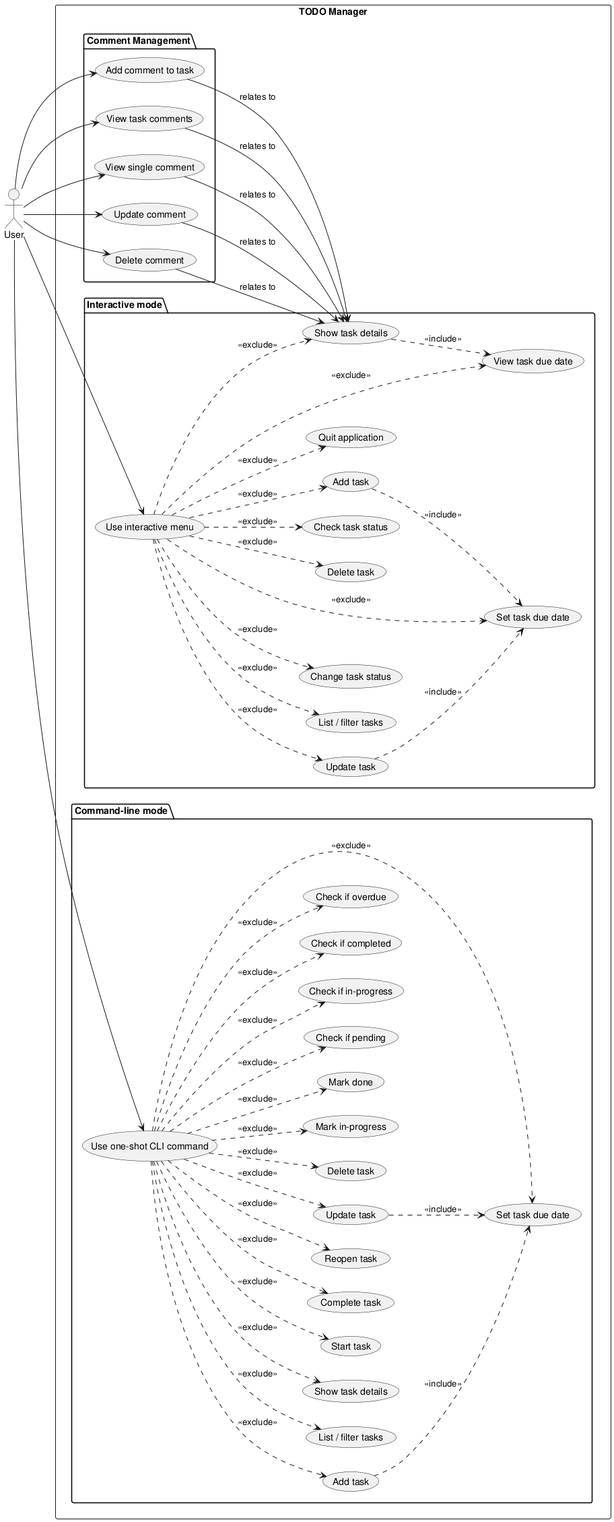
This is experiments/supervisor_as_tools/user_stories/TODO/artifacts/use_case_diagram.png from DanielRiha8906/Software_autoevolution_using_agents, a PlantUML export, as it was before one commit.
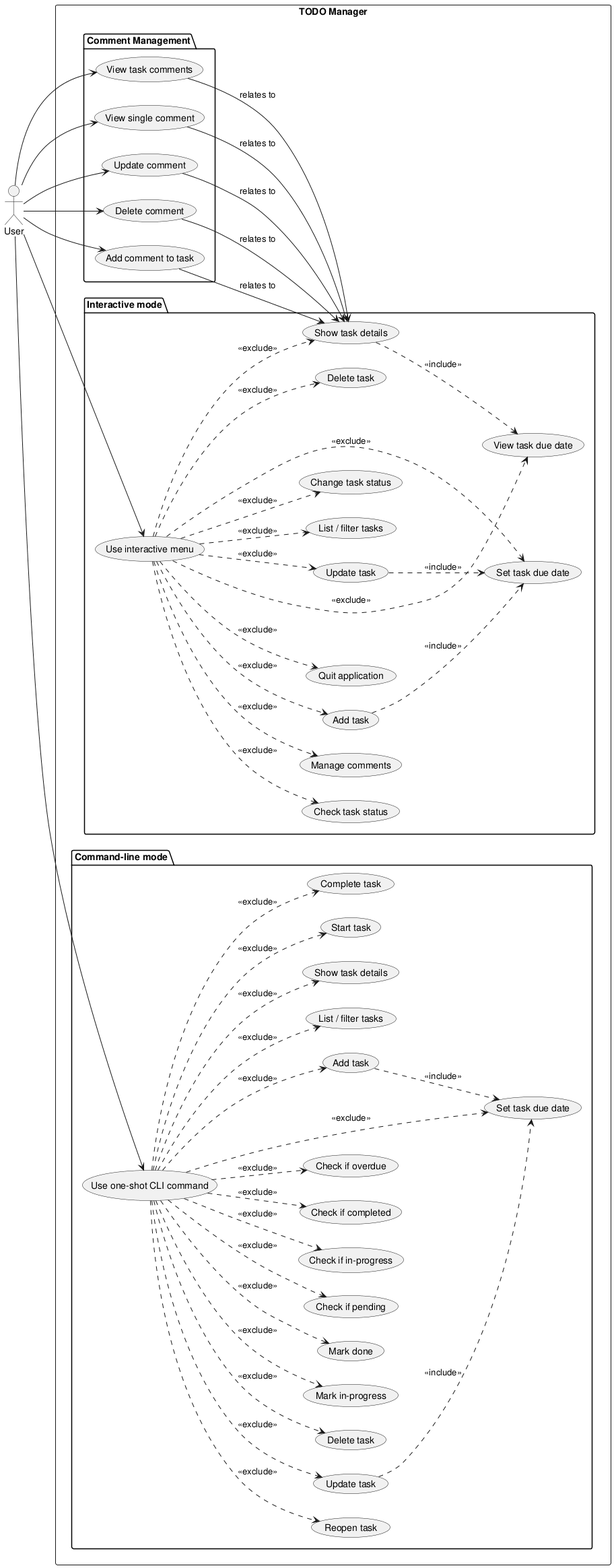
The same file after the commit.

Diff of the diagram source:
```diff
@@ -23,6 +23,7 @@
     usecase "Update task" as I_UPDATE
     usecase "Delete task" as I_DELETE
     usecase "Check task status" as I_CHECK
+    usecase "Manage comments" as I_MANAGE_COMMENTS
     usecase "Set task due date" as I_DUEDATE
     usecase "View task due date" as I_VIEWDUE
     usecase "Quit application" as I_QUIT
@@ -69,6 +70,7 @@
 UI ..> I_UPDATE : <<exclude>>
 UI ..> I_DELETE : <<exclude>>
 UI ..> I_CHECK  : <<exclude>>
+UI ..> I_MANAGE_COMMENTS : <<exclude>>
 UI ..> I_DUEDATE : <<exclude>>
 UI ..> I_VIEWDUE : <<exclude>>
 UI ..> I_QUIT   : <<exclude>>
```
